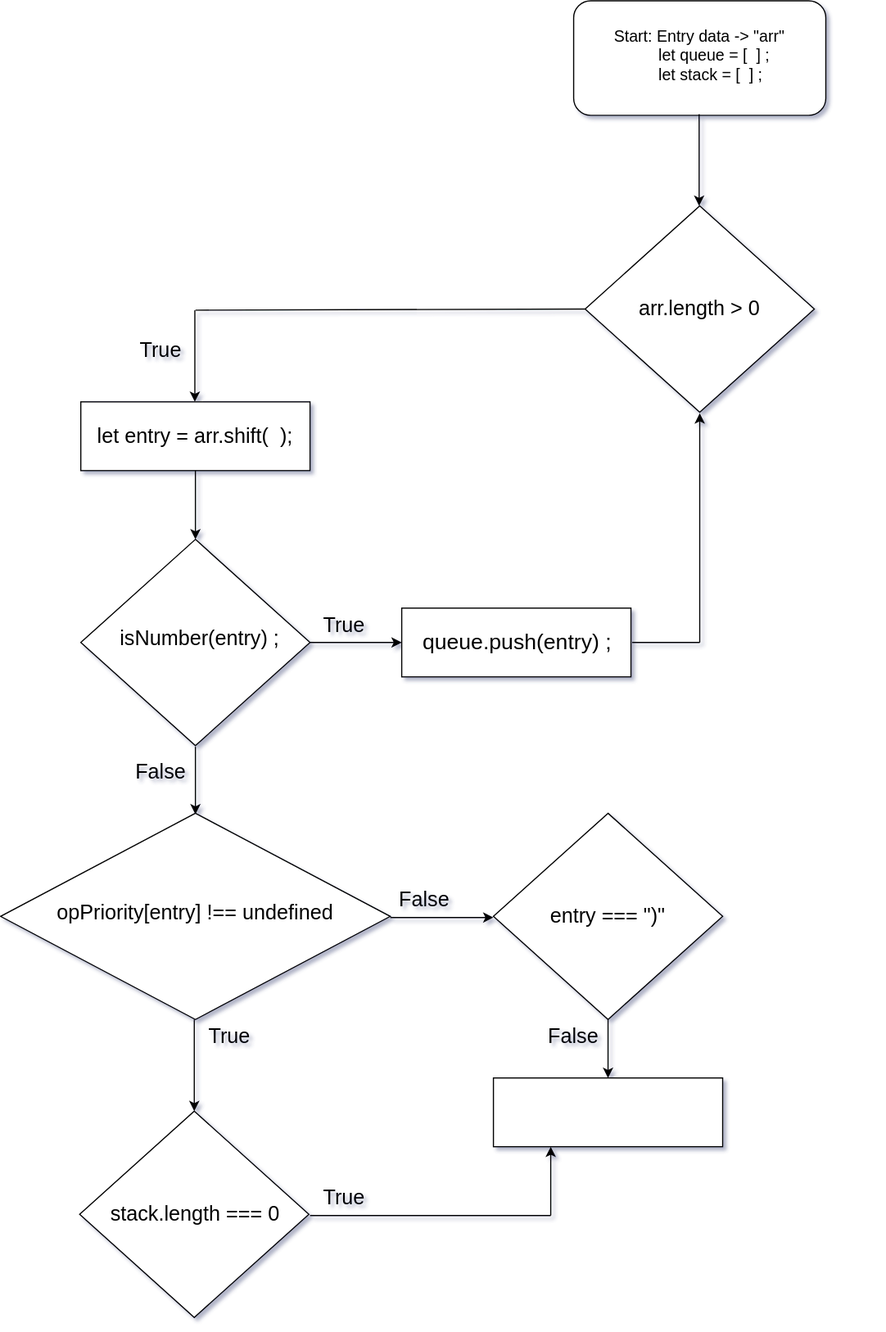
This is Untitled Diagram.drawio.svg from jcgm3205/jcgm3205, a draw.io export, as it was before one commit. Source tidied: cells renumbered, new cells last; positions are measured from the earlier drawing's top-left corner, leaving out a move shared by most shapes.
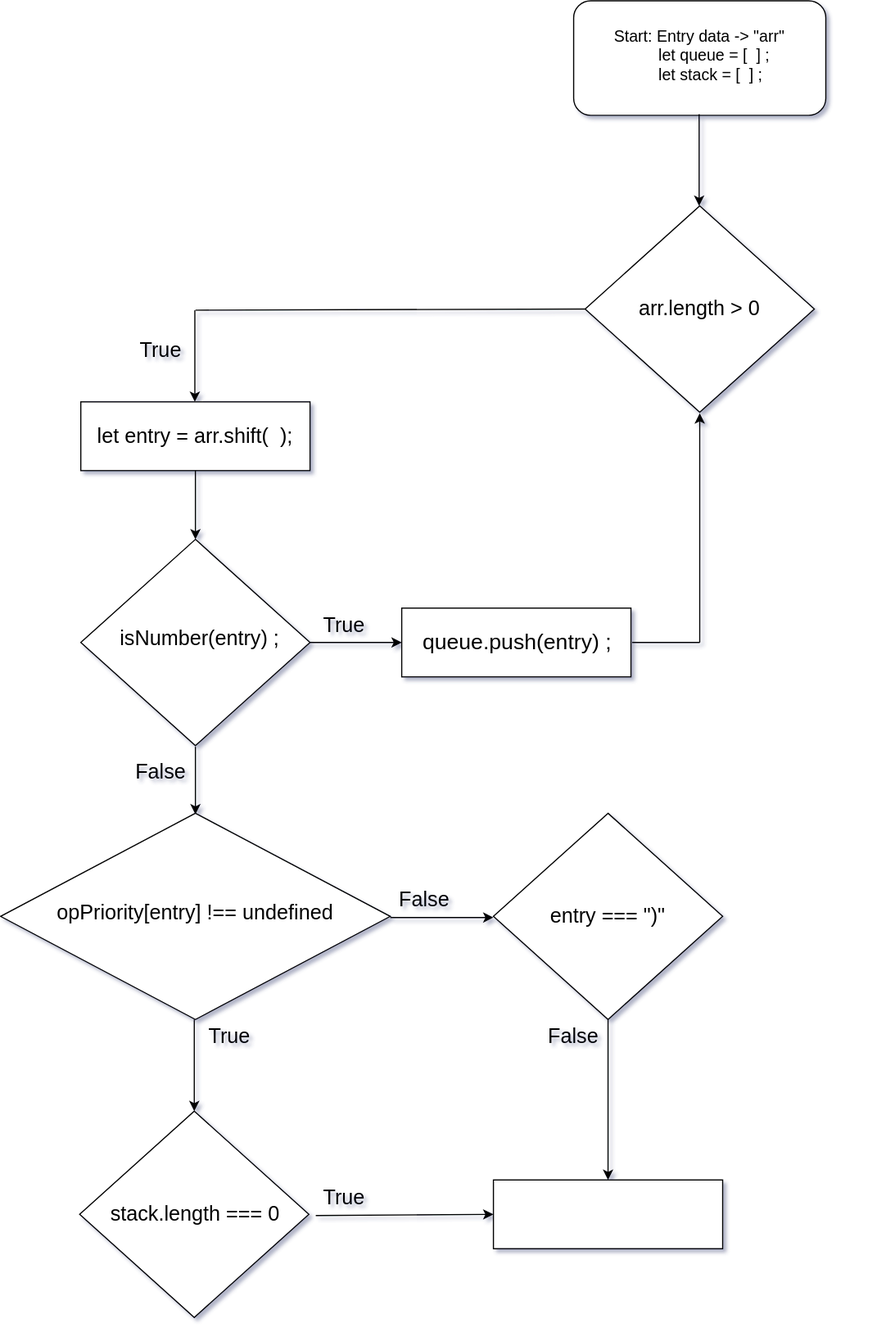
The same diagram one commit later.

The edit, as a diff of the source:
```diff
@@ -127,7 +127,7 @@
       </mxGeometry>
     </mxCell>
     <mxCell id="33" style="rounded=0;whiteSpace=wrap;html=1;fontSize=18;" parent="1" vertex="1">
-      <mxGeometry x="430" y="940" width="200" height="60" as="geometry" />
+      <mxGeometry x="430" y="1029" width="200" height="60" as="geometry" />
     </mxCell>
     <mxCell id="34" value="&lt;font style=&quot;font-size: 18px&quot;&gt;stack.length === 0&lt;/font&gt;" style="text;html=1;strokeColor=none;fillColor=none;align=center;verticalAlign=middle;whiteSpace=wrap;rounded=0;fontSize=15;strokeWidth=2;" parent="1" vertex="1">
       <mxGeometry x="80" y="1044" width="180" height="30" as="geometry" />
@@ -135,19 +135,13 @@
     <mxCell id="35" value="True" style="text;html=1;strokeColor=none;fillColor=none;align=center;verticalAlign=middle;whiteSpace=wrap;rounded=0;fontSize=18;" parent="1" vertex="1">
       <mxGeometry x="170" y="889" width="60" height="30" as="geometry" />
     </mxCell>
-    <mxCell id="36" style="endArrow=none;html=1;rounded=0;fontSize=18;" parent="1" edge="1">
-      <mxGeometry relative="1" as="geometry">
-        <mxPoint x="270" y="1060" as="sourcePoint" />
-        <mxPoint x="480" y="1060" as="targetPoint" />
-      </mxGeometry>
-    </mxCell>
-    <mxCell id="37" style="endArrow=classic;html=1;rounded=0;fontSize=18;entryX=0.25;entryY=1;entryDx=0;entryDy=0;" parent="1" edge="1" target="33">
-      <mxGeometry relative="1" as="geometry">
-        <mxPoint x="480" y="1060" as="sourcePoint" />
-      </mxGeometry>
-    </mxCell>
     <mxCell id="38" value="True" style="text;html=1;strokeColor=none;fillColor=none;align=center;verticalAlign=middle;whiteSpace=wrap;rounded=0;fontSize=18;" parent="1" vertex="1">
       <mxGeometry x="270" y="1030" width="60" height="30" as="geometry" />
     </mxCell>
+    <mxCell id="39" style="endArrow=classic;html=1;rounded=0;fontSize=18;entryX=0;entryY=0.5;entryDx=0;entryDy=0;" parent="1" edge="1" target="33">
+      <mxGeometry relative="1" as="geometry">
+        <mxPoint x="275" y="1060" as="sourcePoint" />
+      </mxGeometry>
+    </mxCell>
   </root>
 </mxGraphModel>
```
